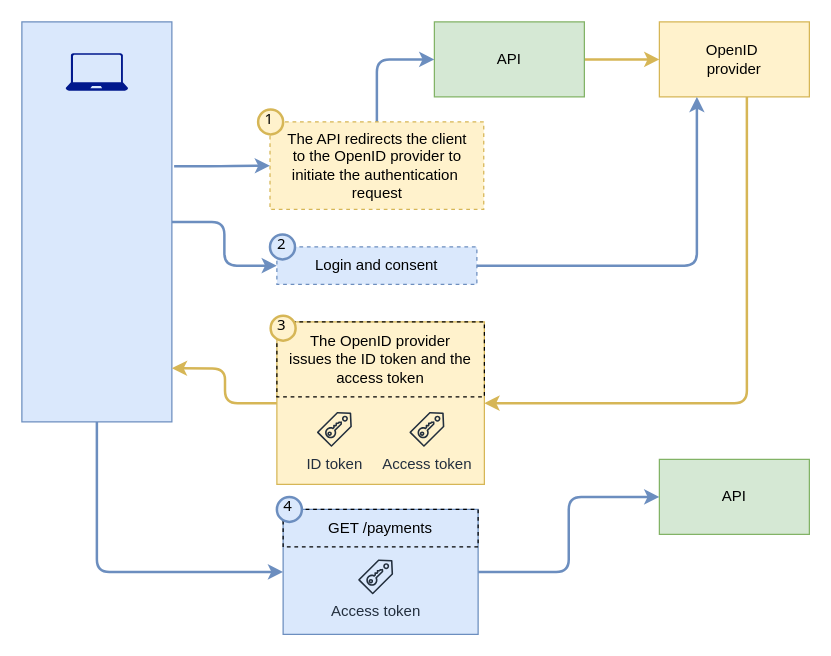
abunuwas/api-sec-book-imgs keeps this draw.io diagram as page "7.14" (14 of 18) of ch07.drawio. Above is the earlier version. Source tidied: cells renumbered, new cells numbered last; positions are measured from the earlier drawing's top-left corner, leaving out a move shared by most shapes. Both pictures are drawn from the tidied source at 125%, with x=0, y=0 at pixel (21, 21).
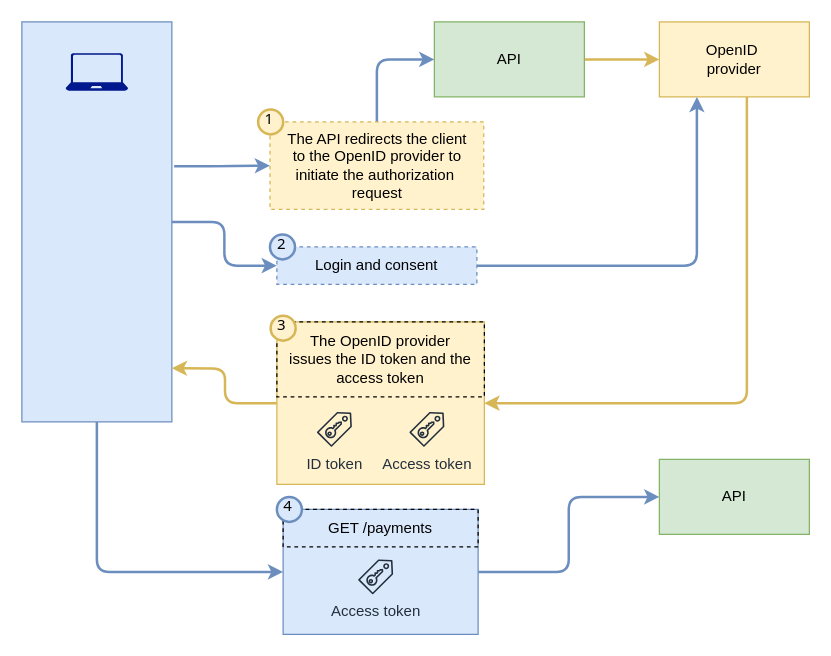
The same diagram, later.

What changed in the source:
```diff
@@
-    <mxCell id="17" value="The API redirects the client to the OpenID provider to initiate the authentication&amp;nbsp;&lt;div&gt;request&lt;/div&gt;" style="text;html=1;align=center;verticalAlign=middle;whiteSpace=wrap;rounded=0;strokeColor=#d6b656;dashed=1;spacing=10;fillColor=#fff2cc;" parent="1" vertex="1">
+    <mxCell id="17" value="The API redirects the client to the OpenID provider to initiate the authorization&amp;nbsp;&lt;div&gt;request&lt;/div&gt;" style="text;html=1;align=center;verticalAlign=middle;whiteSpace=wrap;rounded=0;strokeColor=#d6b656;dashed=1;spacing=10;fillColor=#fff2cc;" parent="1" vertex="1">
       <mxGeometry x="198.5" y="80" width="171" height="70" as="geometry" />
     </mxCell>
```
